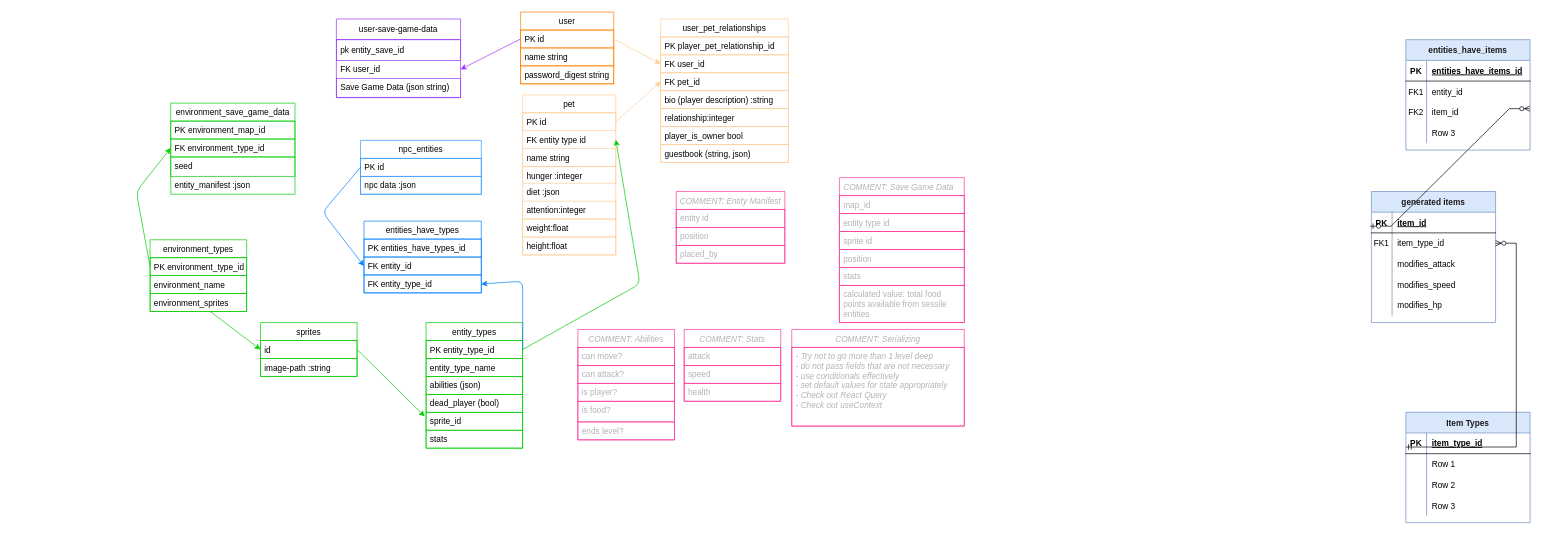
Before: page "Database (PostgreSQL + Rails)" (1 of 4) of project-management/phase-5-erd.drawio in Rainbow-Collective/petsite, a draw.io diagram. Source tidied: cells renumbered, new cells numbered last; positions are measured from the earlier drawing's top-left corner, leaving out a move shared by most shapes. Both pictures are drawn from the tidied source at 69%, with x=0, y=0 at pixel (136, 12).
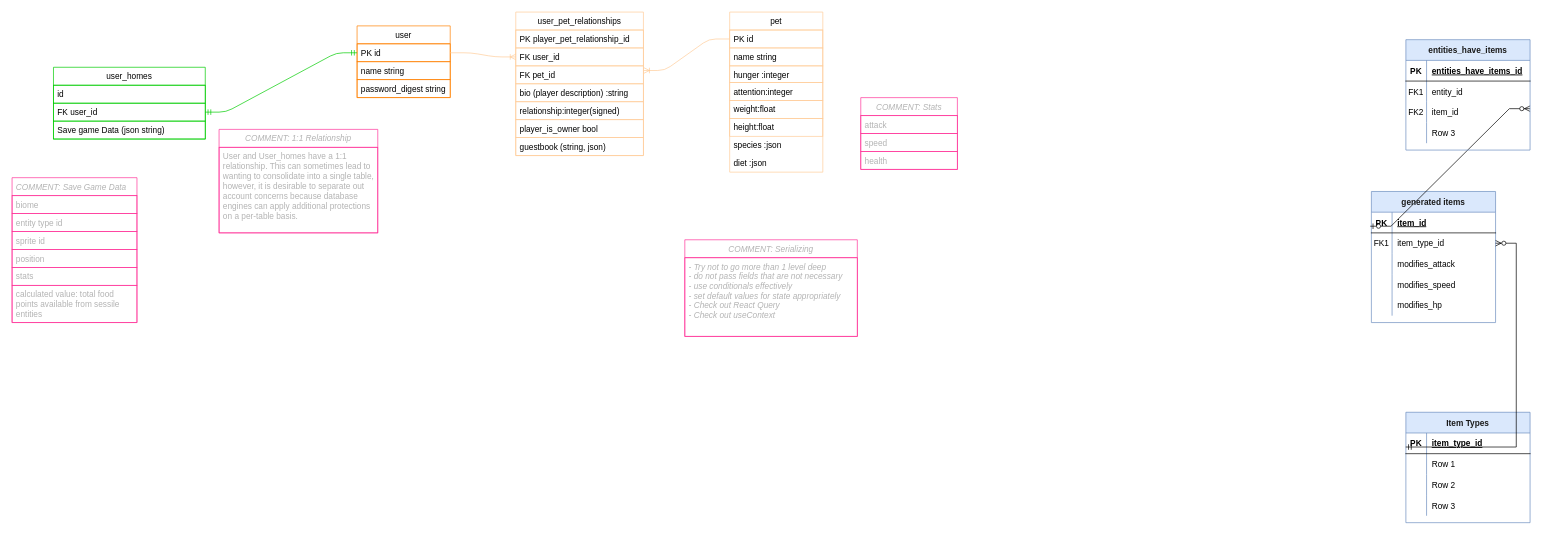
The same page after the edit.

Commit message:
saner database modeling

The change refers to these unchanged cells:
```xml
<mxCell id="3" value="PK id  " style="text;strokeColor=#FFCC99;fillColor=none;align=left;verticalAlign=top;spacingLeft=4;spacingRight=4;overflow=hidden;points=[[0,0.5],[1,0.5]];portConstraint=eastwest;fontStyle=0;startSize=26;" parent="2" vertex="1">
  <mxGeometry y="26" width="135" height="26" as="geometry" />
</mxCell>
<mxCell id="12" value="PK id" style="text;strokeColor=#FF8000;fillColor=none;align=left;verticalAlign=top;spacingLeft=4;spacingRight=4;overflow=hidden;points=[[0,0.5],[1,0.5]];portConstraint=eastwest;fontStyle=0;startSize=26;" parent="11" vertex="1">
  <mxGeometry y="26" width="135" height="26" as="geometry" />
</mxCell>
<mxCell id="17" value="FK user_id" style="text;strokeColor=#FFCC99;fillColor=none;align=left;verticalAlign=top;spacingLeft=4;spacingRight=4;overflow=hidden;points=[[0,0.5],[1,0.5]];portConstraint=eastwest;fontStyle=0;startSize=26;" parent="15" vertex="1">
  <mxGeometry y="52" width="185" height="26" as="geometry" />
</mxCell>
<mxCell id="18" value="FK pet_id" style="text;strokeColor=#FFCC99;fillColor=none;align=left;verticalAlign=top;spacingLeft=4;spacingRight=4;overflow=hidden;points=[[0,0.5],[1,0.5]];portConstraint=eastwest;fontStyle=0;startSize=26;" parent="15" vertex="1">
  <mxGeometry y="78" width="185" height="26" as="geometry" />
</mxCell>
```

What changed in the source:
```diff
@@
     <mxCell id="2" value="pet" style="swimlane;fontStyle=0;horizontal=1;startSize=26;fillColor=none;strokeColor=#FFCC99;" parent="1" vertex="1">
-      <mxGeometry x="560" y="120" width="135" height="232" as="geometry" />
+      <mxGeometry x="860" width="135" height="232" as="geometry" />
     </mxCell>
@@
-    <mxCell id="4" value="FK entity type id" style="text;strokeColor=none;fillColor=none;align=left;verticalAlign=top;spacingLeft=4;spacingRight=4;overflow=hidden;points=[[0,0.5],[1,0.5]];portConstraint=eastwest;" parent="2" vertex="1">
-      <mxGeometry y="52" width="135" height="26" as="geometry" />
-    </mxCell>
     <mxCell id="5" value="name string" style="text;strokeColor=#FFCC99;fillColor=none;align=left;verticalAlign=top;spacingLeft=4;spacingRight=4;overflow=hidden;fontStyle=0;startSize=26;" parent="2" vertex="1">
-      <mxGeometry y="78" width="135" height="26" as="geometry" />
+      <mxGeometry y="52" width="135" height="26" as="geometry" />
     </mxCell>
     <mxCell id="6" value="hunger :integer" style="text;strokeColor=#FFCC99;fillColor=none;align=left;verticalAlign=top;spacingLeft=4;spacingRight=4;overflow=hidden;fontStyle=0;startSize=26;" parent="2" vertex="1">
-      <mxGeometry y="104" width="135" height="24" as="geometry" />
+      <mxGeometry y="78" width="135" height="24" as="geometry" />
     </mxCell>
-    <mxCell id="7" value="diet :json" style="text;strokeColor=none;fillColor=none;align=left;verticalAlign=top;spacingLeft=4;spacingRight=4;overflow=hidden;" parent="2" vertex="1">
-      <mxGeometry y="128" width="135" height="26" as="geometry" />
-    </mxCell>
     <mxCell id="8" value="attention:integer" style="text;strokeColor=#FFCC99;fillColor=none;align=left;verticalAlign=top;spacingLeft=4;spacingRight=4;overflow=hidden;fontStyle=0;startSize=26;" parent="2" vertex="1">
-      <mxGeometry y="154" width="135" height="26" as="geometry" />
+      <mxGeometry y="102" width="135" height="26" as="geometry" />
     </mxCell>
     <mxCell id="9" value="weight:float" style="text;strokeColor=#FFCC99;fillColor=none;align=left;verticalAlign=top;spacingLeft=4;spacingRight=4;overflow=hidden;fontStyle=0;startSize=26;" parent="2" vertex="1">
-      <mxGeometry y="180" width="135" height="26" as="geometry" />
+      <mxGeometry y="128" width="135" height="26" as="geometry" />
     </mxCell>
     <mxCell id="10" value="height:float" style="text;strokeColor=#FFCC99;fillColor=none;align=left;verticalAlign=top;spacingLeft=4;spacingRight=4;overflow=hidden;fontStyle=0;startSize=26;" parent="2" vertex="1">
-      <mxGeometry y="206" width="135" height="26" as="geometry" />
+      <mxGeometry y="154" width="135" height="26" as="geometry" />
     </mxCell>
+    <mxCell id="4" value="species :json" style="text;strokeColor=none;fillColor=none;align=left;verticalAlign=top;spacingLeft=4;spacingRight=4;overflow=hidden;points=[[0,0.5],[1,0.5]];portConstraint=eastwest;" parent="2" vertex="1">
+      <mxGeometry y="180" width="135" height="26" as="geometry" />
+    </mxCell>
+    <mxCell id="7" value="diet :json" style="text;strokeColor=none;fillColor=none;align=left;verticalAlign=top;spacingLeft=4;spacingRight=4;overflow=hidden;" parent="2" vertex="1">
+      <mxGeometry y="206" width="135" height="26" as="geometry" />
+    </mxCell>
     <mxCell id="11" value="user" style="swimlane;fontStyle=0;horizontal=1;startSize=26;fillColor=none;strokeColor=#FF8000;" parent="1" vertex="1">
-      <mxGeometry x="557" width="135" height="104" as="geometry" />
+      <mxGeometry x="320" y="20" width="135" height="104" as="geometry" />
     </mxCell>
@@
     <mxCell id="15" value="user_pet_relationships" style="swimlane;fontStyle=0;horizontal=1;startSize=26;fillColor=none;strokeColor=#FFCC99;" parent="1" vertex="1">
-      <mxGeometry x="760" y="10" width="185" height="208" as="geometry" />
+      <mxGeometry x="550" width="185" height="208" as="geometry" />
     </mxCell>
@@
-    <mxCell id="20" value="relationship:integer" style="text;strokeColor=#FFCC99;fillColor=none;align=left;verticalAlign=top;spacingLeft=4;spacingRight=4;overflow=hidden;fontStyle=0;startSize=26;" parent="15" vertex="1">
+    <mxCell id="20" value="relationship:integer(signed)" style="text;strokeColor=#FFCC99;fillColor=none;align=left;verticalAlign=top;spacingLeft=4;spacingRight=4;overflow=hidden;fontStyle=0;startSize=26;" parent="15" vertex="1">
       <mxGeometry y="130" width="185" height="26" as="geometry" />
     </mxCell>
@@
-    <mxCell id="23" style="edgeStyle=none;html=1;exitX=1;exitY=0.5;exitDx=0;exitDy=0;entryX=0;entryY=0.5;entryDx=0;entryDy=0;strokeColor=#FFCC99;" parent="1" edge="1" source="12" target="17">
-      <mxGeometry relative="1" as="geometry" />
-    </mxCell>
-    <mxCell id="24" style="edgeStyle=none;html=1;entryX=0;entryY=0.5;entryDx=0;entryDy=0;exitX=1;exitY=0.5;exitDx=0;exitDy=0;strokeColor=#FFCC99;" parent="1" edge="1" source="3" target="18">
-      <mxGeometry relative="1" as="geometry" />
-    </mxCell>
-    <mxCell id="25" value="sprites" style="swimlane;fontStyle=0;horizontal=1;startSize=26;fillColor=none;strokeColor=#00CC00;" parent="1" vertex="1">
-      <mxGeometry x="180" y="450" width="140" height="78" as="geometry" />
-    </mxCell>
-    <mxCell id="26" value="id" style="text;strokeColor=#00CC00;fillColor=none;align=left;verticalAlign=top;spacingLeft=4;spacingRight=4;overflow=hidden;points=[[0,0.5],[1,0.5]];portConstraint=eastwest;fontStyle=0;startSize=26;" parent="25" vertex="1">
-      <mxGeometry y="26" width="140" height="26" as="geometry" />
-    </mxCell>
-    <mxCell id="27" value="image-path :string" style="text;strokeColor=#00CC00;fillColor=none;align=left;verticalAlign=top;spacingLeft=4;spacingRight=4;overflow=hidden;fontStyle=0;startSize=26;" parent="25" vertex="1">
-      <mxGeometry y="52" width="140" height="26" as="geometry" />
-    </mxCell>
@@
-    <mxCell id="72" value="user-save-game-data" style="swimlane;fontStyle=0;horizontal=1;startSize=30;strokeColor=#9933FF;" parent="1" vertex="1">
-      <mxGeometry x="290" y="10" width="180" height="114" as="geometry" />
-    </mxCell>
-    <mxCell id="73" value="pk entity_save_id" style="text;strokeColor=#9933FF;fillColor=none;align=left;verticalAlign=middle;spacingLeft=4;spacingRight=4;overflow=hidden;" parent="72" vertex="1">
-      <mxGeometry y="30" width="180" height="30" as="geometry" />
-    </mxCell>
-    <mxCell id="74" value="FK user_id" style="text;strokeColor=none;fillColor=none;align=left;verticalAlign=top;spacingLeft=4;spacingRight=4;overflow=hidden;points=[[0,0.5],[1,0.5]];portConstraint=eastwest;" parent="72" vertex="1">
-      <mxGeometry y="60" width="180" height="26" as="geometry" />
-    </mxCell>
-    <mxCell id="75" value="Save Game Data (json string)" style="text;strokeColor=#9933FF;fillColor=none;align=left;verticalAlign=top;spacingLeft=4;spacingRight=4;overflow=hidden;" parent="72" vertex="1">
-      <mxGeometry y="86" width="180" height="28" as="geometry" />
-    </mxCell>
-    <mxCell id="76" value="environment_save_game_data" style="swimlane;fontStyle=0;horizontal=1;startSize=26;fillColor=none;strokeColor=#00CC00;" parent="1" vertex="1">
-      <mxGeometry x="50" y="132" width="180" height="132" as="geometry" />
-    </mxCell>
-    <mxCell id="77" value="PK environment_map_id" style="text;strokeColor=#00CC00;fillColor=none;align=left;verticalAlign=top;spacingLeft=4;spacingRight=4;overflow=hidden;" parent="76" vertex="1">
-      <mxGeometry y="26" width="180" height="26" as="geometry" />
-    </mxCell>
-    <mxCell id="78" value="FK environment_type_id" style="text;strokeColor=#00CC00;fillColor=none;align=left;verticalAlign=top;spacingLeft=4;spacingRight=4;overflow=hidden;points=[[0,0.5],[1,0.5]];portConstraint=eastwest;" parent="76" vertex="1">
-      <mxGeometry y="52" width="180" height="26" as="geometry" />
-    </mxCell>
-    <mxCell id="79" value="seed" style="text;strokeColor=#00CC00;fillColor=none;align=left;verticalAlign=top;spacingLeft=4;spacingRight=4;overflow=hidden;" parent="76" vertex="1">
-      <mxGeometry y="78" width="180" height="28" as="geometry" />
-    </mxCell>
-    <mxCell id="80" value="entity_manifest :json" style="text;strokeColor=none;fillColor=none;align=left;verticalAlign=top;spacingLeft=4;spacingRight=4;overflow=hidden;" parent="76" vertex="1">
-      <mxGeometry y="106" width="180" height="26" as="geometry" />
-    </mxCell>
-    <mxCell id="81" value="environment_types" style="swimlane;fontStyle=0;horizontal=1;startSize=26;fillColor=none;strokeColor=#00CC00;" parent="1" vertex="1">
-      <mxGeometry x="20" y="330" width="140" height="104" as="geometry" />
-    </mxCell>
-    <mxCell id="82" value="PK environment_type_id" style="text;strokeColor=#00CC00;fillColor=none;align=left;verticalAlign=top;spacingLeft=4;spacingRight=4;overflow=hidden;points=[[0,0.5],[1,0.5]];portConstraint=eastwest;" parent="81" vertex="1">
-      <mxGeometry y="26" width="140" height="26" as="geometry" />
-    </mxCell>
-    <mxCell id="83" value="environment_name" style="text;strokeColor=#00CC00;fillColor=none;align=left;verticalAlign=top;spacingLeft=4;spacingRight=4;overflow=hidden;" parent="81" vertex="1">
-      <mxGeometry y="52" width="140" height="26" as="geometry" />
-    </mxCell>
-    <mxCell id="84" value="environment_sprites" style="text;strokeColor=#00CC00;fillColor=none;align=left;verticalAlign=top;spacingLeft=4;spacingRight=4;overflow=hidden;points=[[0,0.5],[1,0.5]];portConstraint=eastwest;" parent="81" vertex="1">
-      <mxGeometry y="78" width="140" height="26" as="geometry" />
-    </mxCell>
-    <mxCell id="85" value="entities_have_types" style="swimlane;fontStyle=0;horizontal=1;startSize=26;fillColor=none;strokeColor=#007FFF;" parent="1" vertex="1">
-      <mxGeometry x="330" y="303" width="170" height="104" as="geometry" />
-    </mxCell>
-    <mxCell id="86" value="PK entities_have_types_id" style="text;strokeColor=#007FFF;fillColor=none;align=left;verticalAlign=top;spacingLeft=4;spacingRight=4;overflow=hidden;" parent="85" vertex="1">
-      <mxGeometry y="26" width="170" height="26" as="geometry" />
-    </mxCell>
-    <mxCell id="87" value="FK entity_id" style="text;strokeColor=#007FFF;fillColor=none;align=left;verticalAlign=top;spacingLeft=4;spacingRight=4;overflow=hidden;points=[[0,0.5],[1,0.5]];portConstraint=eastwest;" parent="85" vertex="1">
-      <mxGeometry y="52" width="170" height="26" as="geometry" />
-    </mxCell>
-    <mxCell id="88" value="FK entity_type_id" style="text;strokeColor=#007FFF;fillColor=none;align=left;verticalAlign=top;spacingLeft=4;spacingRight=4;overflow=hidden;points=[[0,0.5],[1,0.5]];portConstraint=eastwest;" parent="85" vertex="1">
-      <mxGeometry y="78" width="170" height="26" as="geometry" />
-    </mxCell>
-    <mxCell id="89" value="entity_types" style="swimlane;fontStyle=0;horizontal=1;startSize=26;fillColor=none;strokeColor=#00CC00;" parent="1" vertex="1">
-      <mxGeometry x="420" y="450" width="140" height="182" as="geometry" />
-    </mxCell>
-    <mxCell id="90" value="PK entity_type_id" style="text;strokeColor=#00CC00;fillColor=none;align=left;verticalAlign=top;spacingLeft=4;spacingRight=4;overflow=hidden;points=[[0,0.5],[1,0.5]];portConstraint=eastwest;" parent="89" vertex="1">
-      <mxGeometry y="26" width="140" height="26" as="geometry" />
-    </mxCell>
-    <mxCell id="91" value="entity_type_name" style="text;strokeColor=#00CC00;fillColor=none;align=left;verticalAlign=top;spacingLeft=4;spacingRight=4;overflow=hidden;" parent="89" vertex="1">
-      <mxGeometry y="52" width="140" height="26" as="geometry" />
-    </mxCell>
-    <mxCell id="92" value="abilities (json)" style="text;strokeColor=#00CC00;fillColor=none;align=left;verticalAlign=top;spacingLeft=4;spacingRight=4;overflow=hidden;" parent="89" vertex="1">
-      <mxGeometry y="78" width="140" height="26" as="geometry" />
-    </mxCell>
-    <mxCell id="93" value="dead_player (bool)" style="text;strokeColor=#00CC00;fillColor=none;align=left;verticalAlign=top;spacingLeft=4;spacingRight=4;overflow=hidden;" parent="89" vertex="1">
-      <mxGeometry y="104" width="140" height="26" as="geometry" />
-    </mxCell>
-    <mxCell id="94" value="sprite_id" style="text;strokeColor=#00CC00;fillColor=none;align=left;verticalAlign=top;spacingLeft=4;spacingRight=4;overflow=hidden;points=[[0,0.5],[1,0.5]];portConstraint=eastwest;" parent="89" vertex="1">
-      <mxGeometry y="130" width="140" height="26" as="geometry" />
-    </mxCell>
-    <mxCell id="95" value="stats" style="text;strokeColor=#00CC00;fillColor=none;align=left;verticalAlign=top;spacingLeft=4;spacingRight=4;overflow=hidden;" parent="89" vertex="1">
-      <mxGeometry y="156" width="140" height="26" as="geometry" />
-    </mxCell>
-    <mxCell id="96" value="COMMENT: Abilities" style="swimlane;fontStyle=2;horizontal=1;startSize=26;fillColor=none;strokeColor=#FF3399;fontColor=#B3B3B3;" parent="1" vertex="1">
-      <mxGeometry x="640" y="460" width="140" height="160" as="geometry" />
-    </mxCell>
-    <mxCell id="97" value="can move?" style="text;strokeColor=#FF3399;fillColor=none;align=left;verticalAlign=top;spacingLeft=4;spacingRight=4;overflow=hidden;fontColor=#B3B3B3;" parent="96" vertex="1">
-      <mxGeometry y="26" width="140" height="26" as="geometry" />
-    </mxCell>
-    <mxCell id="98" value="can attack?" style="text;strokeColor=#FF3399;fillColor=none;align=left;verticalAlign=top;spacingLeft=4;spacingRight=4;overflow=hidden;fontColor=#B3B3B3;" parent="96" vertex="1">
-      <mxGeometry y="52" width="140" height="26" as="geometry" />
-    </mxCell>
-    <mxCell id="99" value="is player?" style="text;strokeColor=#FF3399;fillColor=none;align=left;verticalAlign=top;spacingLeft=4;spacingRight=4;overflow=hidden;fontColor=#B3B3B3;" parent="96" vertex="1">
-      <mxGeometry y="78" width="140" height="26" as="geometry" />
-    </mxCell>
-    <mxCell id="100" value="is food?" style="text;strokeColor=#FF3399;fillColor=none;align=left;verticalAlign=top;spacingLeft=4;spacingRight=4;overflow=hidden;fontColor=#B3B3B3;" parent="96" vertex="1">
-      <mxGeometry y="104" width="140" height="30" as="geometry" />
-    </mxCell>
-    <mxCell id="101" value="ends level?" style="text;strokeColor=#FF3399;fillColor=none;align=left;verticalAlign=top;spacingLeft=4;spacingRight=4;overflow=hidden;fontColor=#B3B3B3;" parent="96" vertex="1">
-      <mxGeometry y="134" width="140" height="26" as="geometry" />
-    </mxCell>
-    <mxCell id="102" style="edgeStyle=none;html=1;exitX=0;exitY=0.5;exitDx=0;exitDy=0;entryX=1;entryY=0.5;entryDx=0;entryDy=0;fillColor=#6a00ff;strokeColor=#9933FF;" parent="1" edge="1" source="12" target="74">
-      <mxGeometry relative="1" as="geometry" />
-    </mxCell>
-    <mxCell id="103" style="edgeStyle=none;html=1;exitX=1;exitY=0.5;exitDx=0;exitDy=0;entryX=1;entryY=0.5;entryDx=0;entryDy=0;strokeColor=#007FFF;" parent="1" edge="1" source="90" target="88">
-      <mxGeometry relative="1" as="geometry">
-        <Array as="points">
-          <mxPoint x="560" y="390" />
-        </Array>
-      </mxGeometry>
-    </mxCell>
-    <mxCell id="104" style="edgeStyle=none;html=1;entryX=-0.014;entryY=0.23;entryDx=0;entryDy=0;entryPerimeter=0;exitX=1;exitY=0.5;exitDx=0;exitDy=0;strokeColor=#00CC00;" parent="1" edge="1" source="26" target="94">
-      <mxGeometry relative="1" as="geometry" />
-    </mxCell>
-    <mxCell id="105" style="edgeStyle=none;html=1;entryX=0;entryY=0.5;entryDx=0;entryDy=0;strokeColor=#00CC00;" parent="1" edge="1" source="84" target="26">
-      <mxGeometry relative="1" as="geometry" />
-    </mxCell>
-    <mxCell id="106" style="edgeStyle=none;html=1;entryX=0;entryY=0.5;entryDx=0;entryDy=0;exitX=0;exitY=0.5;exitDx=0;exitDy=0;strokeColor=#00CC00;" parent="1" edge="1" source="82" target="78">
-      <mxGeometry relative="1" as="geometry">
-        <Array as="points">
-          <mxPoint y="260" />
-        </Array>
-      </mxGeometry>
-    </mxCell>
     <mxCell id="107" value="COMMENT: Stats" style="swimlane;fontStyle=2;horizontal=1;startSize=26;fillColor=none;strokeColor=#FF3399;fontColor=#B3B3B3;" parent="1" vertex="1">
-      <mxGeometry x="794" y="460" width="140" height="104" as="geometry" />
+      <mxGeometry x="1050" y="124" width="140" height="104" as="geometry" />
     </mxCell>
@@
     <mxCell id="111" value="COMMENT: Serializing" style="swimlane;fontStyle=2;horizontal=1;startSize=26;strokeColor=#FF3399;fillColor=none;fontColor=#B3B3B3;" parent="1" vertex="1">
-      <mxGeometry x="950" y="460" width="250" height="140" as="geometry" />
+      <mxGeometry x="795" y="330" width="250" height="140" as="geometry" />
     </mxCell>
@@
     <mxCell id="113" value="COMMENT: Save Game Data" style="swimlane;fontStyle=2;horizontal=1;startSize=26;strokeColor=#FF3399;align=left;verticalAlign=top;fillColor=none;fontColor=#B3B3B3;gradientColor=none;spacingLeft=4;spacingRight=4;" parent="1" vertex="1">
-      <mxGeometry x="1019" y="240" width="181" height="210" as="geometry" />
+      <mxGeometry x="-180" y="240" width="181" height="210" as="geometry" />
     </mxCell>
-    <mxCell id="114" value="map_id" style="text;align=left;verticalAlign=top;spacingLeft=4;spacingRight=4;overflow=hidden;strokeColor=#FF3399;fontColor=#B3B3B3;" parent="113" vertex="1">
+    <mxCell id="114" value="biome" style="text;align=left;verticalAlign=top;spacingLeft=4;spacingRight=4;overflow=hidden;strokeColor=#FF3399;fontColor=#B3B3B3;" parent="113" vertex="1">
       <mxGeometry y="26" width="181" height="26" as="geometry" />
     </mxCell>
@@
-    <mxCell id="120" value="COMMENT: Entity Manifest" style="swimlane;fontStyle=2;horizontal=1;startSize=26;fillColor=none;strokeColor=#FF3399;fontColor=#B3B3B3;" parent="1" vertex="1">
-      <mxGeometry x="782.5" y="260" width="157.5" height="104" as="geometry" />
-    </mxCell>
-    <mxCell id="121" value="entity id" style="text;strokeColor=#FF3399;fillColor=none;align=left;verticalAlign=top;spacingLeft=4;spacingRight=4;overflow=hidden;fontColor=#B3B3B3;" parent="120" vertex="1">
-      <mxGeometry y="26" width="157.5" height="26" as="geometry" />
-    </mxCell>
-    <mxCell id="122" value="position" style="text;strokeColor=#FF3399;fillColor=none;align=left;verticalAlign=top;spacingLeft=4;spacingRight=4;overflow=hidden;fontColor=#B3B3B3;" parent="120" vertex="1">
-      <mxGeometry y="52" width="157.5" height="26" as="geometry" />
-    </mxCell>
-    <mxCell id="123" value="placed_by" style="text;strokeColor=#FF3399;fillColor=none;align=left;verticalAlign=top;spacingLeft=4;spacingRight=4;overflow=hidden;fontColor=#B3B3B3;" parent="120" vertex="1">
-      <mxGeometry y="78" width="157.5" height="26" as="geometry" />
-    </mxCell>
-    <mxCell id="124" value="npc_entities" style="swimlane;fontStyle=0;horizontal=1;startSize=26;fillColor=none;strokeColor=#3399FF;" parent="1" vertex="1">
-      <mxGeometry x="325" y="186" width="175" height="78" as="geometry" />
-    </mxCell>
-    <mxCell id="125" value="PK id" style="text;strokeColor=#3399FF;fillColor=none;align=left;verticalAlign=top;spacingLeft=4;spacingRight=4;overflow=hidden;points=[[0,0.5],[1,0.5]];portConstraint=eastwest;" parent="124" vertex="1">
-      <mxGeometry y="26" width="175" height="26" as="geometry" />
-    </mxCell>
-    <mxCell id="126" value="npc data :json" style="text;strokeColor=#3399FF;fillColor=none;align=left;verticalAlign=top;spacingLeft=4;spacingRight=4;overflow=hidden;" parent="124" vertex="1">
-      <mxGeometry y="52" width="175" height="26" as="geometry" />
-    </mxCell>
-    <mxCell id="127" style="edgeStyle=none;html=1;exitX=0;exitY=0.5;exitDx=0;exitDy=0;entryX=0;entryY=0.5;entryDx=0;entryDy=0;strokeColor=#007FFF;" parent="1" edge="1" source="125" target="87">
-      <mxGeometry relative="1" as="geometry">
-        <Array as="points">
-          <mxPoint x="270" y="290" />
-        </Array>
-      </mxGeometry>
-    </mxCell>
-    <mxCell id="128" style="edgeStyle=none;html=1;exitX=1;exitY=0.5;exitDx=0;exitDy=0;entryX=1;entryY=0.5;entryDx=0;entryDy=0;strokeColor=#00CC00;" parent="1" edge="1" source="90" target="4">
-      <mxGeometry relative="1" as="geometry">
-        <Array as="points">
-          <mxPoint x="730" y="394" />
-        </Array>
-      </mxGeometry>
-    </mxCell>
+    <mxCell id="129" value="user_homes" style="swimlane;fontStyle=0;horizontal=1;startSize=26;fillColor=none;strokeColor=#00CC00;" parent="1" vertex="1">
+      <mxGeometry x="-120" y="80" width="220" height="104" as="geometry" />
+    </mxCell>
+    <mxCell id="26" value="id" style="text;strokeColor=#00CC00;fillColor=none;align=left;verticalAlign=top;spacingLeft=4;spacingRight=4;overflow=hidden;points=[[0,0.5],[1,0.5]];portConstraint=eastwest;fontStyle=0;startSize=26;" parent="129" vertex="1">
+      <mxGeometry y="26" width="220" height="26" as="geometry" />
+    </mxCell>
+    <mxCell id="74" value="FK user_id" style="text;strokeColor=#00CC00;fillColor=none;align=left;verticalAlign=top;spacingLeft=4;spacingRight=4;overflow=hidden;points=[[0,0.5],[1,0.5]];portConstraint=eastwest;fontStyle=0;startSize=26;" parent="129" vertex="1">
+      <mxGeometry y="52" width="220" height="26" as="geometry" />
+    </mxCell>
+    <mxCell id="130" value="Save game Data (json string)" style="text;strokeColor=#00CC00;fillColor=none;align=left;verticalAlign=top;spacingLeft=4;spacingRight=4;overflow=hidden;fontStyle=0;startSize=26;" parent="129" vertex="1">
+      <mxGeometry y="78" width="220" height="26" as="geometry" />
+    </mxCell>
+    <mxCell id="131" value="COMMENT: 1:1 Relationship" style="swimlane;fontStyle=2;horizontal=1;startSize=26;fillColor=none;strokeColor=#FF3399;fontColor=#B3B3B3;" parent="1" vertex="1">
+      <mxGeometry x="120" y="170" width="230" height="150" as="geometry" />
+    </mxCell>
+    <mxCell id="132" value="User and User_homes have a 1:1 relationship. This can sometimes lead to wanting to consolidate into a single table, however, it is desirable to separate out account concerns because database engines can apply additional protections on a per-table basis." style="text;strokeColor=#FF3399;fillColor=none;align=left;verticalAlign=top;spacingLeft=4;spacingRight=4;overflow=hidden;fontColor=#B3B3B3;whiteSpace=wrap;" parent="131" vertex="1">
+      <mxGeometry y="26" width="230" height="124" as="geometry" />
+    </mxCell>
+    <mxCell id="23" style="edgeStyle=entityRelationEdgeStyle;fontSize=12;html=1;endArrow=ERoneToMany;strokeColor=#FFCC99;exitX=1;exitY=0.5;exitDx=0;exitDy=0;entryX=0;entryY=0.5;entryDx=0;entryDy=0;" parent="1" edge="1" source="12" target="17">
+      <mxGeometry relative="1" as="geometry" />
+    </mxCell>
+    <mxCell id="24" style="edgeStyle=entityRelationEdgeStyle;fontSize=12;html=1;endArrow=ERoneToMany;strokeColor=#FFCC99;exitX=0;exitY=0.5;exitDx=0;exitDy=0;entryX=1.004;entryY=0.257;entryDx=0;entryDy=0;entryPerimeter=0;" parent="1" edge="1" source="3" target="18">
+      <mxGeometry relative="1" as="geometry" />
+    </mxCell>
+    <mxCell id="133" style="edgeStyle=entityRelationEdgeStyle;fontSize=12;html=1;endArrow=ERmandOne;startArrow=ERmandOne;strokeColor=#00CC00;exitX=1;exitY=0.5;exitDx=0;exitDy=0;entryX=0;entryY=0.5;entryDx=0;entryDy=0;" parent="1" edge="1" source="74" target="12">
+      <mxGeometry relative="1" as="geometry" />
+    </mxCell>
```
